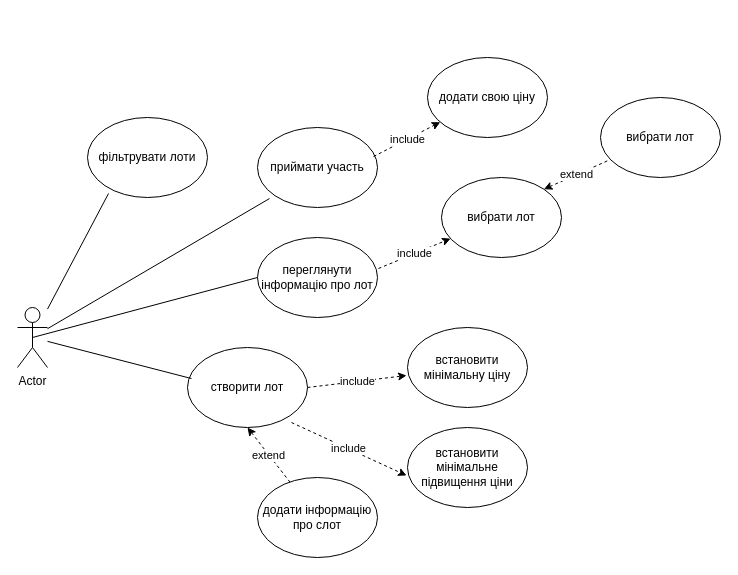
Earlier version of the draw.io diagram usecasse.drawio (DegWar5442/oop). Source tidied: cells renumbered, new cells numbered last; positions are measured from the earlier drawing's top-left corner, leaving out a move shared by most shapes. Both pictures are drawn from the tidied source at 100%, with x=0, y=0 at pixel (17, 57).
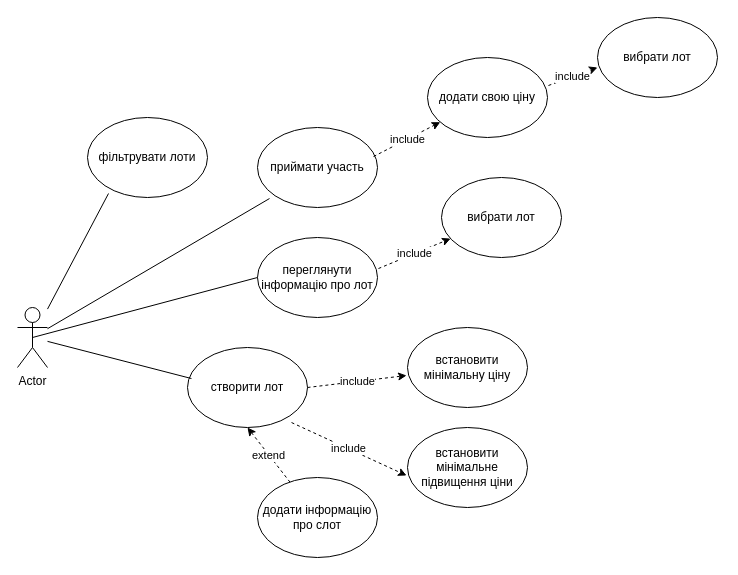
The same page after the edit.

The change refers to these unchanged cells:
```xml
<mxCell id="5" value="додати свою ціну" style="ellipse;whiteSpace=wrap;html=1;" parent="1" vertex="1">
  <mxGeometry x="410" width="120" height="80" as="geometry" />
</mxCell>
<mxCell id="14" value="вибрати лот" style="ellipse;whiteSpace=wrap;html=1;" parent="1" vertex="1">
  <mxGeometry x="424" y="120" width="120" height="80" as="geometry" />
</mxCell>
```

Diff of the diagram source:
```diff
@@
     <mxCell id="16" value="вибрати лот" style="ellipse;whiteSpace=wrap;html=1;" parent="1" vertex="1">
-      <mxGeometry x="583" y="40" width="120" height="80" as="geometry" />
+      <mxGeometry x="580" y="-40" width="120" height="80" as="geometry" />
     </mxCell>
-    <mxCell id="17" value="extend" style="endArrow=none;dashed=1;html=1;rounded=0;startArrow=classic;startFill=1;endFill=0;exitX=1;exitY=0;exitDx=0;exitDy=0;" parent="1" edge="1" source="14" target="16">
-      <mxGeometry relative="1" as="geometry" />
-    </mxCell>
@@
+    <mxCell id="23" value="include" style="endArrow=classic;dashed=1;html=1;rounded=0;startArrow=none;startFill=0;endFill=1;exitX=1.008;exitY=0.35;exitDx=0;exitDy=0;exitPerimeter=0;entryX=0;entryY=0.625;entryDx=0;entryDy=0;entryPerimeter=0;" parent="1" edge="1" source="5" target="16">
+      <mxGeometry relative="1" as="geometry" />
+    </mxCell>
```
